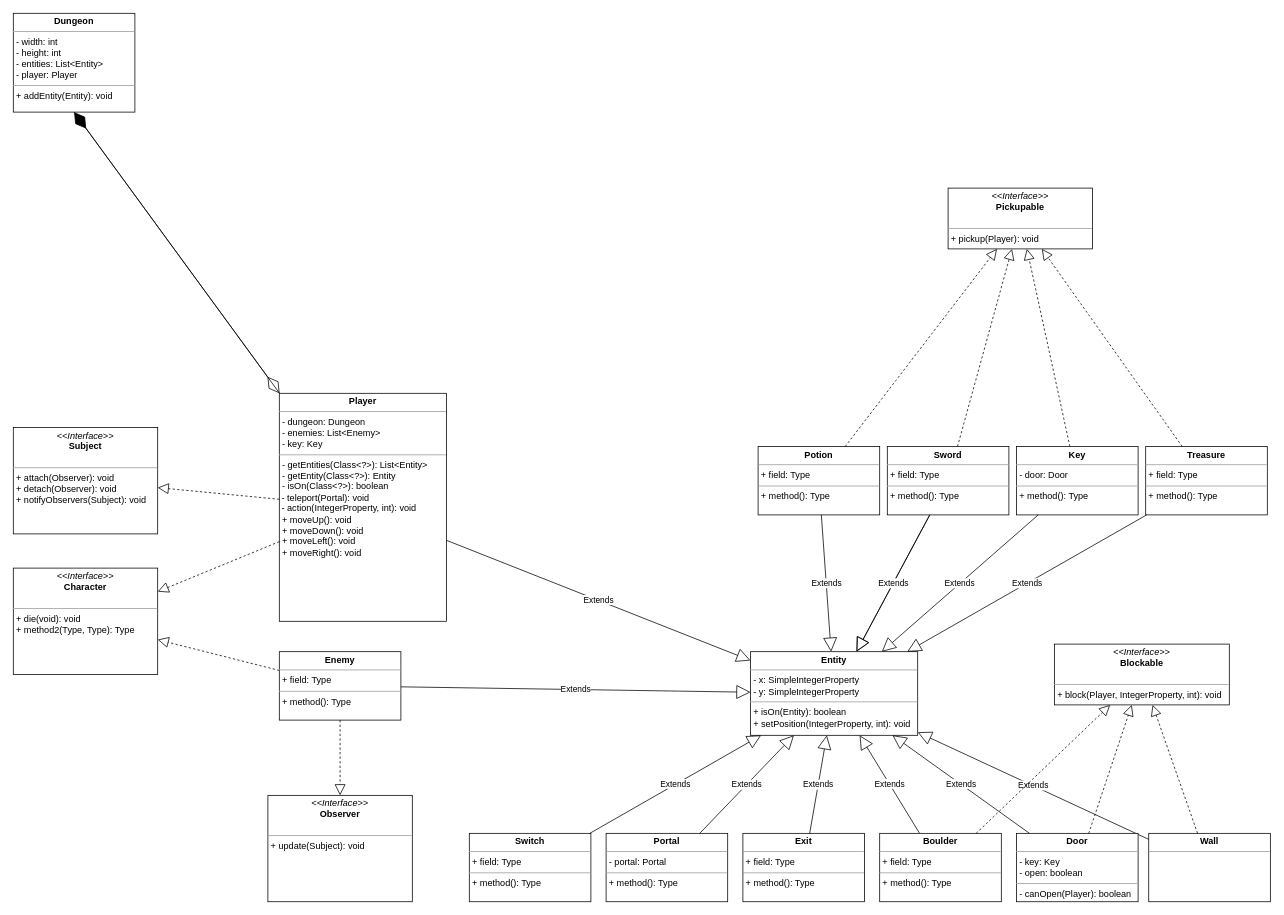
The draw.io diagram uml.drawio in rwang301/COMP2511-Project, before the edit. Source tidied: cells renumbered, new cells numbered last; positions are measured from the earlier drawing's top-left corner, leaving out a move shared by most shapes. Both pictures are drawn from the tidied source at 76%, with x=0, y=0 at pixel (13, 13).
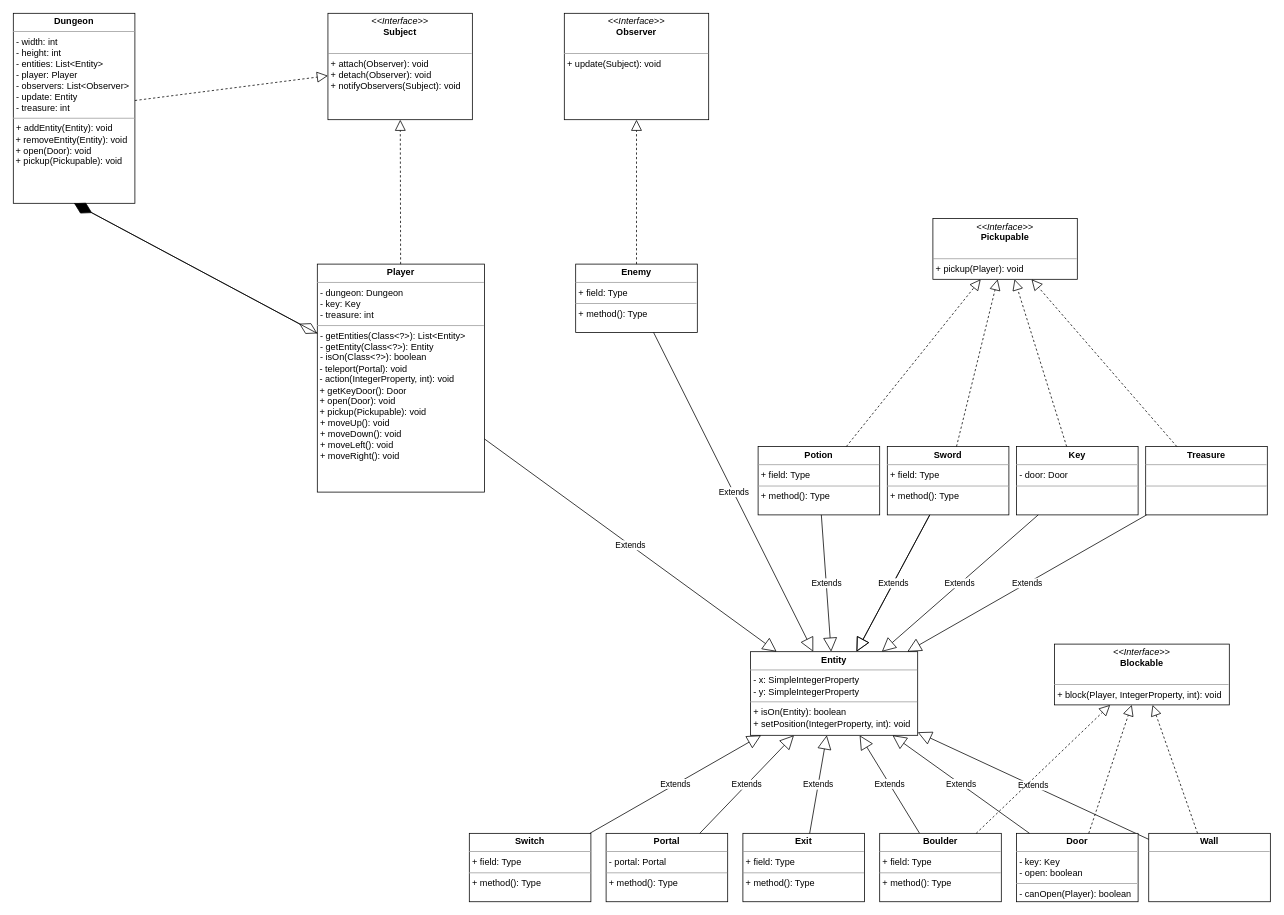
After the change.

Commit message (it also covers changes not shown here):
Finish pickup treasure

Diff of the diagram source:
```diff
@@
-    <mxCell id="2" value="&lt;p style=&quot;margin: 0px ; margin-top: 4px ; text-align: center&quot;&gt;&lt;b&gt;Player&lt;/b&gt;&lt;/p&gt;&lt;hr size=&quot;1&quot;&gt;&lt;p style=&quot;margin: 0px ; margin-left: 4px&quot;&gt;- dungeon: Dungeon&lt;/p&gt;&lt;p style=&quot;margin: 0px ; margin-left: 4px&quot;&gt;- enemies: List&amp;lt;Enemy&amp;gt;&lt;/p&gt;&lt;p style=&quot;margin: 0px ; margin-left: 4px&quot;&gt;- key: Key&lt;/p&gt;&lt;hr size=&quot;1&quot;&gt;&lt;p style=&quot;margin: 0px ; margin-left: 4px&quot;&gt;- getEntities(Class&amp;lt;?&amp;gt;): List&amp;lt;Entity&amp;gt;&lt;/p&gt;&lt;p style=&quot;margin: 0px 0px 0px 4px&quot;&gt;- getEntity(Class&amp;lt;?&amp;gt;): Entity&lt;/p&gt;&lt;p style=&quot;margin: 0px 0px 0px 4px&quot;&gt;- isOn(Class&amp;lt;?&amp;gt;): boolean&lt;/p&gt;&amp;nbsp;- teleport(Portal): void&lt;br&gt;&lt;div&gt;&amp;nbsp;- action(IntegerProperty, int): void&lt;/div&gt;&lt;p style=&quot;margin: 0px ; margin-left: 4px&quot;&gt;+ moveUp(): void&lt;/p&gt;&lt;p style=&quot;margin: 0px ; margin-left: 4px&quot;&gt;+ moveDown(): void&lt;br&gt;&lt;/p&gt;&lt;p style=&quot;margin: 0px ; margin-left: 4px&quot;&gt;+ moveLeft(): void&lt;br&gt;&lt;/p&gt;&lt;p style=&quot;margin: 0px ; margin-left: 4px&quot;&gt;+ moveRight(): void&lt;br&gt;&lt;/p&gt;" style="verticalAlign=top;align=left;overflow=fill;fontSize=12;fontFamily=Helvetica;html=1;" parent="1" vertex="1">
-      <mxGeometry x="350" y="500" width="220" height="300" as="geometry" />
+    <mxCell id="2" value="&lt;p style=&quot;margin: 0px ; margin-top: 4px ; text-align: center&quot;&gt;&lt;b&gt;Player&lt;/b&gt;&lt;/p&gt;&lt;hr size=&quot;1&quot;&gt;&lt;p style=&quot;margin: 0px ; margin-left: 4px&quot;&gt;- dungeon: Dungeon&lt;/p&gt;&lt;p style=&quot;margin: 0px ; margin-left: 4px&quot;&gt;- key: Key&lt;/p&gt;&lt;p style=&quot;margin: 0px ; margin-left: 4px&quot;&gt;- treasure: int&lt;/p&gt;&lt;hr size=&quot;1&quot;&gt;&lt;p style=&quot;margin: 0px ; margin-left: 4px&quot;&gt;- getEntities(Class&amp;lt;?&amp;gt;): List&amp;lt;Entity&amp;gt;&lt;/p&gt;&lt;p style=&quot;margin: 0px 0px 0px 4px&quot;&gt;- getEntity(Class&amp;lt;?&amp;gt;): Entity&lt;/p&gt;&lt;p style=&quot;margin: 0px 0px 0px 4px&quot;&gt;- isOn(Class&amp;lt;?&amp;gt;): boolean&lt;/p&gt;&amp;nbsp;- teleport(Portal): void&lt;br&gt;&lt;div&gt;&amp;nbsp;- action(IntegerProperty, int): void&lt;/div&gt;&lt;div&gt;&amp;nbsp;+ getKeyDoor(): Door&lt;/div&gt;&lt;div&gt;&amp;nbsp;+ open(Door): void&lt;/div&gt;&lt;div&gt;&amp;nbsp;+ pickup(Pickupable): void&lt;/div&gt;&lt;p style=&quot;margin: 0px ; margin-left: 4px&quot;&gt;+ moveUp(): void&lt;/p&gt;&lt;p style=&quot;margin: 0px ; margin-left: 4px&quot;&gt;+ moveDown(): void&lt;br&gt;&lt;/p&gt;&lt;p style=&quot;margin: 0px ; margin-left: 4px&quot;&gt;+ moveLeft(): void&lt;br&gt;&lt;/p&gt;&lt;p style=&quot;margin: 0px ; margin-left: 4px&quot;&gt;+ moveRight(): void&lt;br&gt;&lt;/p&gt;" style="verticalAlign=top;align=left;overflow=fill;fontSize=12;fontFamily=Helvetica;html=1;" parent="1" vertex="1">
+      <mxGeometry x="400" y="330" width="220" height="300" as="geometry" />
     </mxCell>
     <mxCell id="3" value="&lt;p style=&quot;margin: 0px ; margin-top: 4px ; text-align: center&quot;&gt;&lt;i&gt;&amp;lt;&amp;lt;Interface&amp;gt;&amp;gt;&lt;/i&gt;&lt;br&gt;&lt;b&gt;Pickupable&lt;/b&gt;&lt;/p&gt;&lt;p style=&quot;margin: 0px ; margin-left: 4px&quot;&gt;&lt;br&gt;&lt;/p&gt;&lt;hr size=&quot;1&quot;&gt;&lt;p style=&quot;margin: 0px ; margin-left: 4px&quot;&gt;+ pickup(Player): void&lt;br&gt;&lt;/p&gt;" style="verticalAlign=top;align=left;overflow=fill;fontSize=12;fontFamily=Helvetica;html=1;" parent="1" vertex="1">
-      <mxGeometry x="1230" y="230" width="190" height="80" as="geometry" />
+      <mxGeometry x="1210" y="270" width="190" height="80" as="geometry" />
     </mxCell>
@@
-    <mxCell id="6" value="&lt;p style=&quot;margin: 0px ; margin-top: 4px ; text-align: center&quot;&gt;&lt;b&gt;Dungeon&lt;/b&gt;&lt;/p&gt;&lt;hr size=&quot;1&quot;&gt;&lt;p style=&quot;margin: 0px ; margin-left: 4px&quot;&gt;- width: int&lt;/p&gt;&lt;p style=&quot;margin: 0px ; margin-left: 4px&quot;&gt;- height: int&lt;/p&gt;&lt;p style=&quot;margin: 0px ; margin-left: 4px&quot;&gt;- entities: List&amp;lt;Entity&amp;gt;&lt;/p&gt;&lt;p style=&quot;margin: 0px ; margin-left: 4px&quot;&gt;- player: Player&lt;/p&gt;&lt;hr size=&quot;1&quot;&gt;&lt;p style=&quot;margin: 0px ; margin-left: 4px&quot;&gt;+ addEntity(Entity): void&lt;/p&gt;" style="verticalAlign=top;align=left;overflow=fill;fontSize=12;fontFamily=Helvetica;html=1;" parent="1" vertex="1">
-      <mxGeometry width="160" height="130" as="geometry" />
+    <mxCell id="6" value="&lt;p style=&quot;margin: 0px ; margin-top: 4px ; text-align: center&quot;&gt;&lt;b&gt;Dungeon&lt;/b&gt;&lt;/p&gt;&lt;hr size=&quot;1&quot;&gt;&lt;p style=&quot;margin: 0px ; margin-left: 4px&quot;&gt;- width: int&lt;/p&gt;&lt;p style=&quot;margin: 0px ; margin-left: 4px&quot;&gt;- height: int&lt;/p&gt;&lt;p style=&quot;margin: 0px ; margin-left: 4px&quot;&gt;- entities: List&amp;lt;Entity&amp;gt;&lt;/p&gt;&lt;p style=&quot;margin: 0px ; margin-left: 4px&quot;&gt;- player: Player&lt;/p&gt;&lt;p style=&quot;margin: 0px ; margin-left: 4px&quot;&gt;- observers: List&amp;lt;Observer&amp;gt;&lt;/p&gt;&lt;p style=&quot;margin: 0px ; margin-left: 4px&quot;&gt;- update: Entity&lt;br&gt;&lt;/p&gt;&lt;p style=&quot;margin: 0px ; margin-left: 4px&quot;&gt;- treasure: int&lt;/p&gt;&lt;hr size=&quot;1&quot;&gt;&lt;p style=&quot;margin: 0px ; margin-left: 4px&quot;&gt;+ addEntity(Entity): void&lt;/p&gt;&amp;nbsp;+ removeEntity(Entity): void&lt;br&gt;&amp;nbsp;+ open(Door): void&lt;br&gt;&amp;nbsp;+ pickup(Pickupable): void" style="verticalAlign=top;align=left;overflow=fill;fontSize=12;fontFamily=Helvetica;html=1;" parent="1" vertex="1">
+      <mxGeometry width="160" height="250" as="geometry" />
     </mxCell>
@@
-    <mxCell id="12" value="&lt;p style=&quot;margin: 0px ; margin-top: 4px ; text-align: center&quot;&gt;&lt;b&gt;Treasure&lt;/b&gt;&lt;/p&gt;&lt;hr size=&quot;1&quot;&gt;&lt;p style=&quot;margin: 0px ; margin-left: 4px&quot;&gt;+ field: Type&lt;/p&gt;&lt;hr size=&quot;1&quot;&gt;&lt;p style=&quot;margin: 0px ; margin-left: 4px&quot;&gt;+ method(): Type&lt;/p&gt;" style="verticalAlign=top;align=left;overflow=fill;fontSize=12;fontFamily=Helvetica;html=1;" parent="1" vertex="1">
+    <mxCell id="12" value="&lt;p style=&quot;margin: 0px ; margin-top: 4px ; text-align: center&quot;&gt;&lt;b&gt;Treasure&lt;/b&gt;&lt;/p&gt;&lt;hr size=&quot;1&quot;&gt;&lt;p style=&quot;margin: 0px ; margin-left: 4px&quot;&gt;&lt;br&gt;&lt;/p&gt;&lt;hr size=&quot;1&quot;&gt;&lt;p style=&quot;margin: 0px ; margin-left: 4px&quot;&gt;&lt;br&gt;&lt;/p&gt;" style="verticalAlign=top;align=left;overflow=fill;fontSize=12;fontFamily=Helvetica;html=1;" parent="1" vertex="1">
       <mxGeometry x="1490" y="570" width="160" height="90" as="geometry" />
     </mxCell>
@@
-    <mxCell id="14" value="&lt;p style=&quot;margin: 0px ; margin-top: 4px ; text-align: center&quot;&gt;&lt;b&gt;Key&lt;/b&gt;&lt;/p&gt;&lt;hr size=&quot;1&quot;&gt;&lt;p style=&quot;margin: 0px ; margin-left: 4px&quot;&gt;- door: Door&lt;/p&gt;&lt;hr size=&quot;1&quot;&gt;&lt;p style=&quot;margin: 0px ; margin-left: 4px&quot;&gt;+ method(): Type&lt;/p&gt;" style="verticalAlign=top;align=left;overflow=fill;fontSize=12;fontFamily=Helvetica;html=1;" parent="1" vertex="1">
+    <mxCell id="14" value="&lt;p style=&quot;margin: 0px ; margin-top: 4px ; text-align: center&quot;&gt;&lt;b&gt;Key&lt;/b&gt;&lt;/p&gt;&lt;hr size=&quot;1&quot;&gt;&lt;p style=&quot;margin: 0px ; margin-left: 4px&quot;&gt;- door: Door&lt;/p&gt;&lt;hr size=&quot;1&quot;&gt;&lt;p style=&quot;margin: 0px ; margin-left: 4px&quot;&gt;&lt;br&gt;&lt;/p&gt;" style="verticalAlign=top;align=left;overflow=fill;fontSize=12;fontFamily=Helvetica;html=1;" parent="1" vertex="1">
       <mxGeometry x="1320" y="570" width="160" height="90" as="geometry" />
     </mxCell>
@@
     <mxCell id="17" value="&lt;p style=&quot;margin: 0px ; margin-top: 4px ; text-align: center&quot;&gt;&lt;b&gt;Enemy&lt;/b&gt;&lt;/p&gt;&lt;hr size=&quot;1&quot;&gt;&lt;p style=&quot;margin: 0px ; margin-left: 4px&quot;&gt;+ field: Type&lt;/p&gt;&lt;hr size=&quot;1&quot;&gt;&lt;p style=&quot;margin: 0px ; margin-left: 4px&quot;&gt;+ method(): Type&lt;/p&gt;" style="verticalAlign=top;align=left;overflow=fill;fontSize=12;fontFamily=Helvetica;html=1;" parent="1" vertex="1">
-      <mxGeometry x="350" y="840" width="160" height="90" as="geometry" />
+      <mxGeometry x="740" y="330" width="160" height="90" as="geometry" />
     </mxCell>
@@
-    <mxCell id="36" value="&lt;p style=&quot;margin: 0px ; margin-top: 4px ; text-align: center&quot;&gt;&lt;i&gt;&amp;lt;&amp;lt;Interface&amp;gt;&amp;gt;&lt;/i&gt;&lt;br&gt;&lt;b&gt;Character&lt;/b&gt;&lt;/p&gt;&lt;p style=&quot;margin: 0px ; margin-left: 4px&quot;&gt;&lt;br&gt;&lt;/p&gt;&lt;hr size=&quot;1&quot;&gt;&lt;p style=&quot;margin: 0px ; margin-left: 4px&quot;&gt;+ die(void): void&lt;br&gt;+ method2(Type, Type): Type&lt;/p&gt;" style="verticalAlign=top;align=left;overflow=fill;fontSize=12;fontFamily=Helvetica;html=1;" parent="1" vertex="1">
-      <mxGeometry y="730" width="190" height="140" as="geometry" />
-    </mxCell>
-    <mxCell id="37" style="endArrow=block;dashed=1;endFill=0;endSize=12;html=1;" parent="1" edge="1" source="17" target="36">
-      <mxGeometry relative="1" as="geometry" />
-    </mxCell>
-    <mxCell id="38" style="endArrow=block;dashed=1;endFill=0;endSize=12;html=1;" parent="1" edge="1" source="2" target="36">
-      <mxGeometry relative="1" as="geometry" />
-    </mxCell>
     <mxCell id="39" value="&lt;p style=&quot;margin: 0px ; margin-top: 4px ; text-align: center&quot;&gt;&lt;i&gt;&amp;lt;&amp;lt;Interface&amp;gt;&amp;gt;&lt;/i&gt;&lt;br&gt;&lt;b&gt;Observer&lt;/b&gt;&lt;/p&gt;&lt;p style=&quot;margin: 0px ; margin-left: 4px&quot;&gt;&lt;br&gt;&lt;/p&gt;&lt;hr size=&quot;1&quot;&gt;&lt;p style=&quot;margin: 0px ; margin-left: 4px&quot;&gt;+ update(Subject): void&lt;br&gt;&lt;/p&gt;" style="verticalAlign=top;align=left;overflow=fill;fontSize=12;fontFamily=Helvetica;html=1;" parent="1" vertex="1">
-      <mxGeometry x="335" y="1029" width="190" height="140" as="geometry" />
+      <mxGeometry x="725" width="190" height="140" as="geometry" />
     </mxCell>
     <mxCell id="40" value="&lt;p style=&quot;margin: 0px ; margin-top: 4px ; text-align: center&quot;&gt;&lt;i&gt;&amp;lt;&amp;lt;Interface&amp;gt;&amp;gt;&lt;/i&gt;&lt;br&gt;&lt;b&gt;Subject&lt;/b&gt;&lt;/p&gt;&lt;p style=&quot;margin: 0px ; margin-left: 4px&quot;&gt;&lt;br&gt;&lt;/p&gt;&lt;hr size=&quot;1&quot;&gt;&lt;p style=&quot;margin: 0px ; margin-left: 4px&quot;&gt;+ attach(Observer): void&lt;br&gt;&lt;/p&gt;&lt;p style=&quot;margin: 0px ; margin-left: 4px&quot;&gt;+ detach(Observer): void&lt;br&gt;&lt;/p&gt;&lt;p style=&quot;margin: 0px ; margin-left: 4px&quot;&gt;+ notifyObservers(Subject): void&lt;/p&gt;" style="verticalAlign=top;align=left;overflow=fill;fontSize=12;fontFamily=Helvetica;html=1;" parent="1" vertex="1">
-      <mxGeometry y="545" width="190" height="140" as="geometry" />
+      <mxGeometry x="414" width="190" height="140" as="geometry" />
     </mxCell>
@@
+    <mxCell id="47" style="endArrow=block;dashed=1;endFill=0;endSize=12;html=1;" parent="1" edge="1" source="6" target="40">
+      <mxGeometry relative="1" as="geometry" />
+    </mxCell>
```
